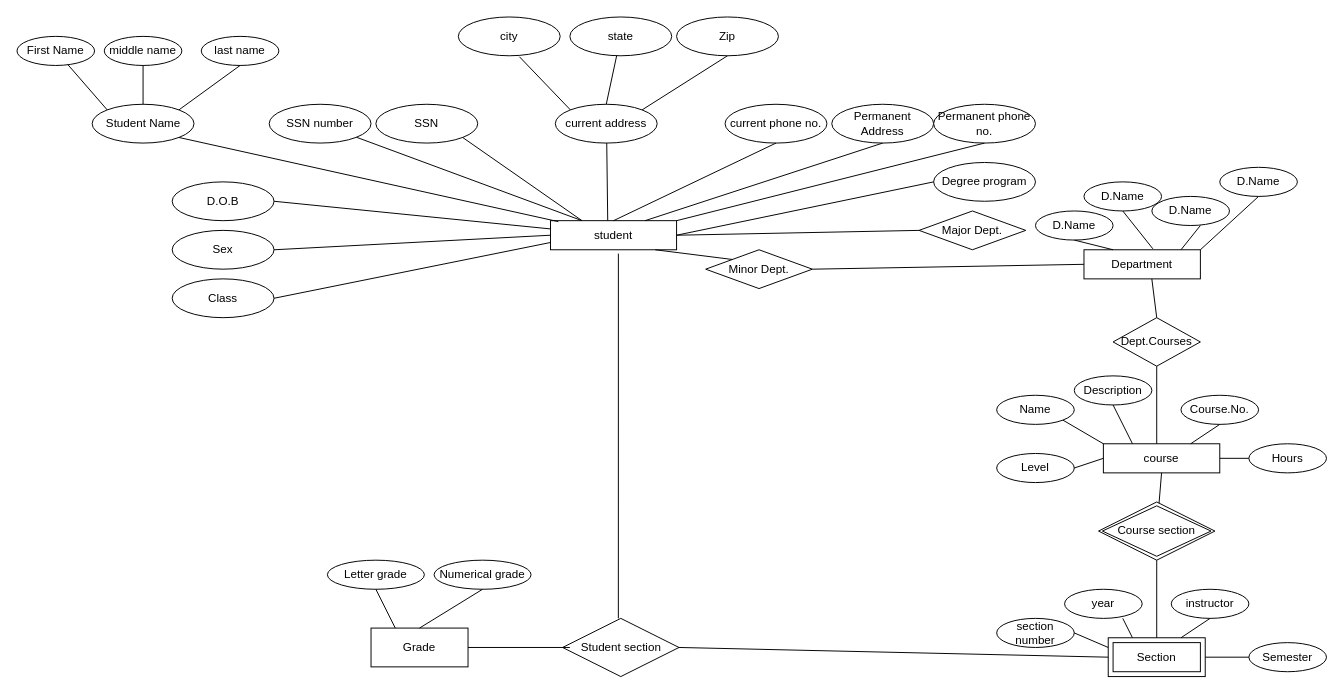
The draw.io diagram Untitled Diagram.drawio in sreehari-odu/DatabaseManagement, before the edit. Source tidied: cells renumbered, new cells numbered last; positions are measured from the earlier drawing's top-left corner, leaving out a move shared by most shapes. Both pictures are drawn from the tidied source at 97%, with x=0, y=0 at pixel (16, 16).
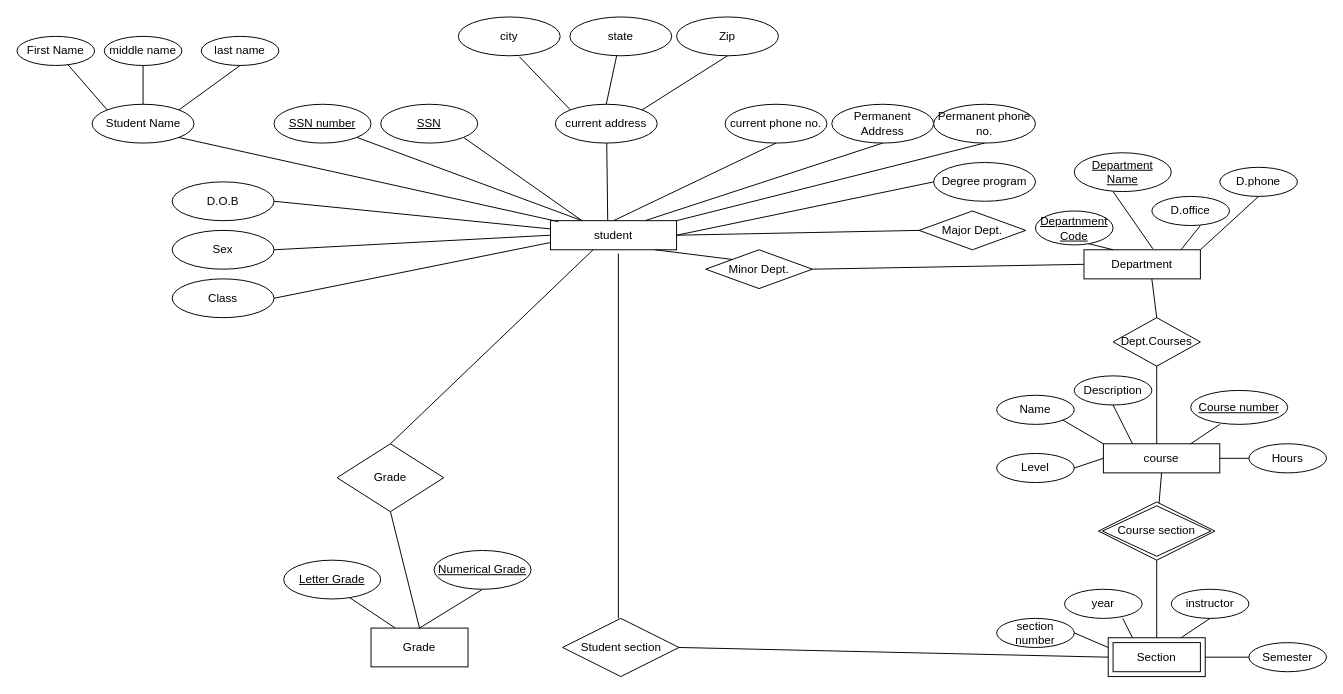
The same diagram, later.

The change refers to these unchanged cells:
```xml
<mxCell id="2" value="student" style="rounded=0;whiteSpace=wrap;html=1;" parent="1" vertex="1">
  <mxGeometry x="550" y="210" width="130" height="30" as="geometry" />
</mxCell>
<mxCell id="41" value="Department" style="rounded=0;whiteSpace=wrap;html=1;" parent="1" vertex="1">
  <mxGeometry x="1100" y="240" width="120" height="30" as="geometry" />
</mxCell>
<mxCell id="53" value="course" style="rounded=0;whiteSpace=wrap;html=1;" parent="1" vertex="1">
  <mxGeometry x="1120" y="440" width="120" height="30" as="geometry" />
</mxCell>
<mxCell id="81" value="Grade" style="whiteSpace=wrap;html=1;align=center;" parent="1" vertex="1">
  <mxGeometry x="365" y="630" width="100" height="40" as="geometry" />
</mxCell>
```

Change to the diagram source:
```diff
@@
-    <mxCell id="7" value="SSN" style="ellipse;whiteSpace=wrap;html=1;" parent="1" vertex="1">
-      <mxGeometry x="370" y="90" width="105" height="40" as="geometry" />
-    </mxCell>
-    <mxCell id="8" value="SSN number" style="ellipse;whiteSpace=wrap;html=1;" parent="1" vertex="1">
-      <mxGeometry x="260" y="90" width="105" height="40" as="geometry" />
-    </mxCell>
@@
-    <mxCell id="42" value="D.Name" style="ellipse;whiteSpace=wrap;html=1;" parent="1" vertex="1">
-      <mxGeometry x="1050" y="200" width="80" height="30" as="geometry" />
-    </mxCell>
-    <mxCell id="43" value="D.Name" style="ellipse;whiteSpace=wrap;html=1;" parent="1" vertex="1">
-      <mxGeometry x="1100" y="170" width="80" height="30" as="geometry" />
-    </mxCell>
-    <mxCell id="44" value="D.Name" style="ellipse;whiteSpace=wrap;html=1;" parent="1" vertex="1">
+    <mxCell id="44" value="D.office" style="ellipse;whiteSpace=wrap;html=1;" parent="1" vertex="1">
       <mxGeometry x="1170" y="185" width="80" height="30" as="geometry" />
     </mxCell>
-    <mxCell id="45" value="D.Name" style="ellipse;whiteSpace=wrap;html=1;" parent="1" vertex="1">
+    <mxCell id="45" value="D.phone" style="ellipse;whiteSpace=wrap;html=1;" parent="1" vertex="1">
       <mxGeometry x="1240" y="155" width="80" height="30" as="geometry" />
     </mxCell>
-    <mxCell id="46" style="endArrow=none;html=1;entryX=0.5;entryY=1;entryDx=0;entryDy=0;exitX=0.25;exitY=0;exitDx=0;exitDy=0;" parent="1" edge="1" source="41" target="42">
-      <mxGeometry relative="1" as="geometry" />
+    <mxCell id="46" style="endArrow=none;html=1;entryX=0.5;entryY=1;entryDx=0;entryDy=0;exitX=0.25;exitY=0;exitDx=0;exitDy=0;" parent="1" edge="1" source="41">
+      <mxGeometry relative="1" as="geometry">
+        <mxPoint x="1090" y="230" as="targetPoint" />
+      </mxGeometry>
     </mxCell>
-    <mxCell id="47" style="endArrow=none;html=1;exitX=0.592;exitY=-0.033;exitDx=0;exitDy=0;exitPerimeter=0;" parent="1" edge="1" source="41">
+    <mxCell id="47" style="endArrow=none;html=1;exitX=0.592;exitY=-0.033;exitDx=0;exitDy=0;exitPerimeter=0;entryX=0.5;entryY=1;entryDx=0;entryDy=0;" parent="1" edge="1" source="41">
       <mxGeometry relative="1" as="geometry">
-        <mxPoint x="1140" y="200" as="targetPoint" />
+        <mxPoint x="1130" y="180" as="targetPoint" />
       </mxGeometry>
     </mxCell>
@@
-    <mxCell id="57" value="Course.No." style="ellipse;whiteSpace=wrap;html=1;" parent="1" vertex="1">
-      <mxGeometry x="1200" y="390" width="80" height="30" as="geometry" />
-    </mxCell>
@@
-    <mxCell id="63" style="endArrow=none;html=1;exitX=0.75;exitY=0;exitDx=0;exitDy=0;entryX=0.5;entryY=1;entryDx=0;entryDy=0;" parent="1" edge="1" source="53" target="57">
-      <mxGeometry relative="1" as="geometry" />
+    <mxCell id="63" style="endArrow=none;html=1;exitX=0.75;exitY=0;exitDx=0;exitDy=0;entryX=0.5;entryY=1;entryDx=0;entryDy=0;" parent="1" edge="1" source="53">
+      <mxGeometry relative="1" as="geometry">
+        <mxPoint x="1240" y="420" as="targetPoint" />
+      </mxGeometry>
     </mxCell>
@@
-    <mxCell id="78" value="Numerical grade" style="ellipse;whiteSpace=wrap;html=1;align=center;" parent="1" vertex="1">
-      <mxGeometry x="430" y="560" width="100" height="30" as="geometry" />
-    </mxCell>
-    <mxCell id="79" value="Letter grade" style="ellipse;whiteSpace=wrap;html=1;align=center;" parent="1" vertex="1">
-      <mxGeometry x="320" y="560" width="100" height="30" as="geometry" />
-    </mxCell>
@@
-    <mxCell id="82" style="endArrow=none;html=1;exitX=1;exitY=0.5;exitDx=0;exitDy=0;" parent="1" edge="1" source="81">
-      <mxGeometry relative="1" as="geometry">
-        <mxPoint x="570" y="650" as="targetPoint" />
-      </mxGeometry>
-    </mxCell>
-    <mxCell id="83" style="endArrow=none;html=1;entryX=0.5;entryY=1;entryDx=0;entryDy=0;exitX=0.5;exitY=0;exitDx=0;exitDy=0;" parent="1" edge="1" source="81" target="78">
-      <mxGeometry relative="1" as="geometry" />
+    <mxCell id="83" style="endArrow=none;html=1;entryX=0.5;entryY=1;entryDx=0;entryDy=0;exitX=0.5;exitY=0;exitDx=0;exitDy=0;" parent="1" edge="1" source="81">
+      <mxGeometry relative="1" as="geometry">
+        <mxPoint x="480" y="590" as="targetPoint" />
+      </mxGeometry>
     </mxCell>
-    <mxCell id="84" style="endArrow=none;html=1;entryX=0.5;entryY=1;entryDx=0;entryDy=0;exitX=0.25;exitY=0;exitDx=0;exitDy=0;" parent="1" edge="1" source="81" target="79">
-      <mxGeometry relative="1" as="geometry" />
+    <mxCell id="84" style="endArrow=none;html=1;entryX=0.5;entryY=1;entryDx=0;entryDy=0;exitX=0.25;exitY=0;exitDx=0;exitDy=0;" parent="1" edge="1" source="81">
+      <mxGeometry relative="1" as="geometry">
+        <mxPoint x="330" y="590" as="targetPoint" />
+      </mxGeometry>
     </mxCell>
@@
+    <mxCell id="87" value="Grade" style="shape=rhombus;perimeter=rhombusPerimeter;whiteSpace=wrap;html=1;align=center;" parent="1" vertex="1">
+      <mxGeometry x="330" y="440" width="110" height="70" as="geometry" />
+    </mxCell>
+    <mxCell id="88" style="endArrow=none;html=1;entryX=0.338;entryY=1;entryDx=0;entryDy=0;entryPerimeter=0;exitX=0.5;exitY=0;exitDx=0;exitDy=0;" parent="1" edge="1" source="87" target="2">
+      <mxGeometry relative="1" as="geometry" />
+    </mxCell>
+    <mxCell id="89" style="endArrow=none;html=1;entryX=0.5;entryY=1;entryDx=0;entryDy=0;exitX=0.5;exitY=0;exitDx=0;exitDy=0;" parent="1" edge="1" source="81" target="87">
+      <mxGeometry relative="1" as="geometry" />
+    </mxCell>
+    <mxCell id="7" value="SSN" style="ellipse;whiteSpace=wrap;html=1;align=center;fontStyle=4;" parent="1" vertex="1">
+      <mxGeometry x="375" y="90" width="100" height="40" as="geometry" />
+    </mxCell>
+    <mxCell id="8" value="SSN number" style="ellipse;whiteSpace=wrap;html=1;align=center;fontStyle=4;" parent="1" vertex="1">
+      <mxGeometry x="265" y="90" width="100" height="40" as="geometry" />
+    </mxCell>
+    <mxCell id="90" value="Departnment Code" style="ellipse;whiteSpace=wrap;html=1;align=center;fontStyle=4;" parent="1" vertex="1">
+      <mxGeometry x="1050" y="200" width="80" height="35" as="geometry" />
+    </mxCell>
+    <mxCell id="91" value="Course number" style="ellipse;whiteSpace=wrap;html=1;align=center;fontStyle=4;" parent="1" vertex="1">
+      <mxGeometry x="1210" y="385" width="100" height="35" as="geometry" />
+    </mxCell>
+    <mxCell id="92" value="Department Name" style="ellipse;whiteSpace=wrap;html=1;align=center;fontStyle=4;" parent="1" vertex="1">
+      <mxGeometry x="1090" y="140" width="100" height="40" as="geometry" />
+    </mxCell>
+    <mxCell id="93" value="Letter Grade" style="ellipse;whiteSpace=wrap;html=1;align=center;fontStyle=4;" parent="1" vertex="1">
+      <mxGeometry x="275" y="560" width="100" height="40" as="geometry" />
+    </mxCell>
+    <mxCell id="94" value="Numerical Grade" style="ellipse;whiteSpace=wrap;html=1;align=center;fontStyle=4;" parent="1" vertex="1">
+      <mxGeometry x="430" y="550" width="100" height="40" as="geometry" />
+    </mxCell>
```
